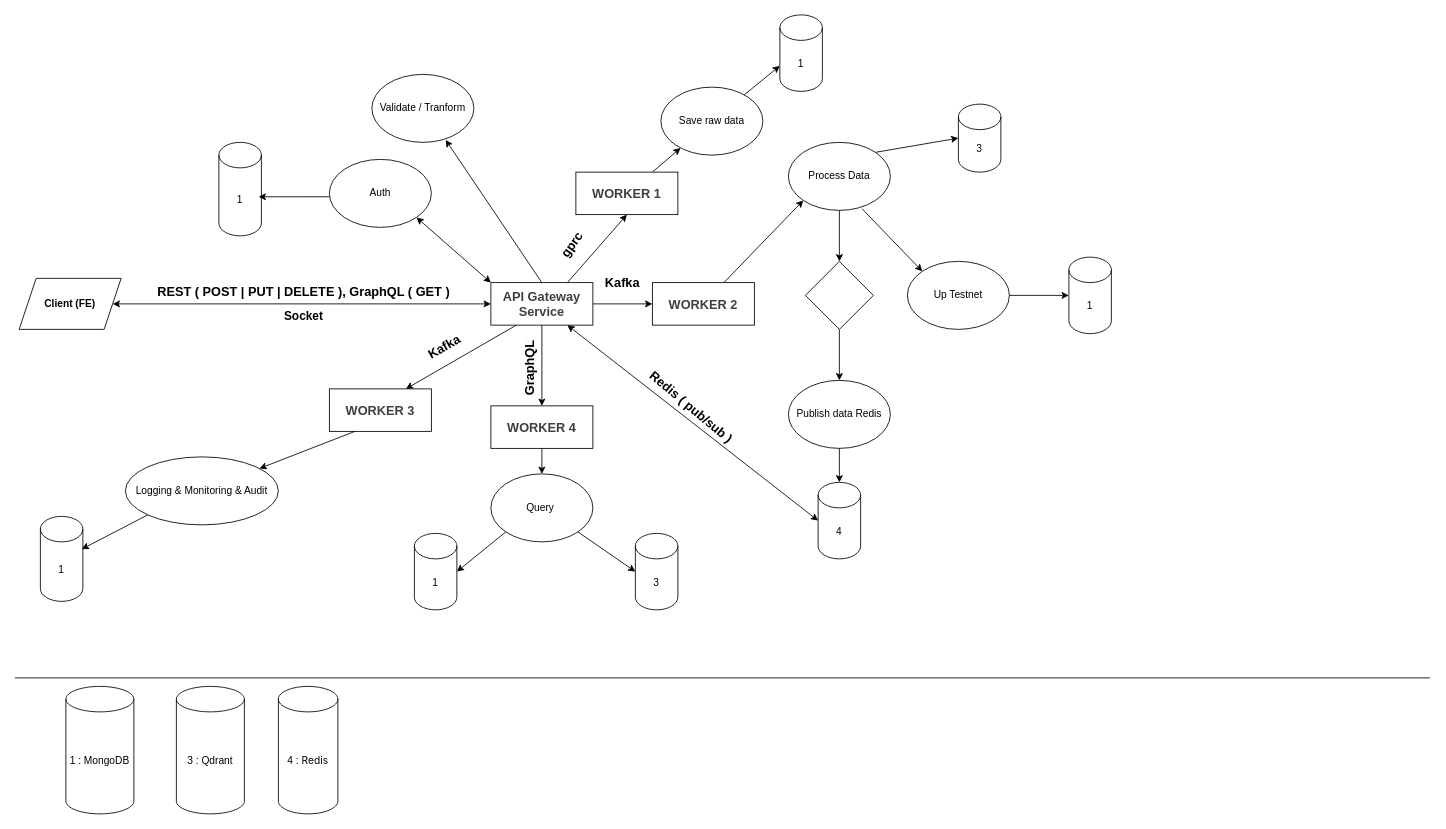
This is design.dio from GraduationProject-6251071040/design, a draw.io file, before an edit. Source tidied: cells renumbered, new cells numbered last; positions are measured from the earlier drawing's top-left corner, leaving out a move shared by most shapes. Both pictures are drawn from the tidied source at 85%, with x=0, y=0 at pixel (14, 14).
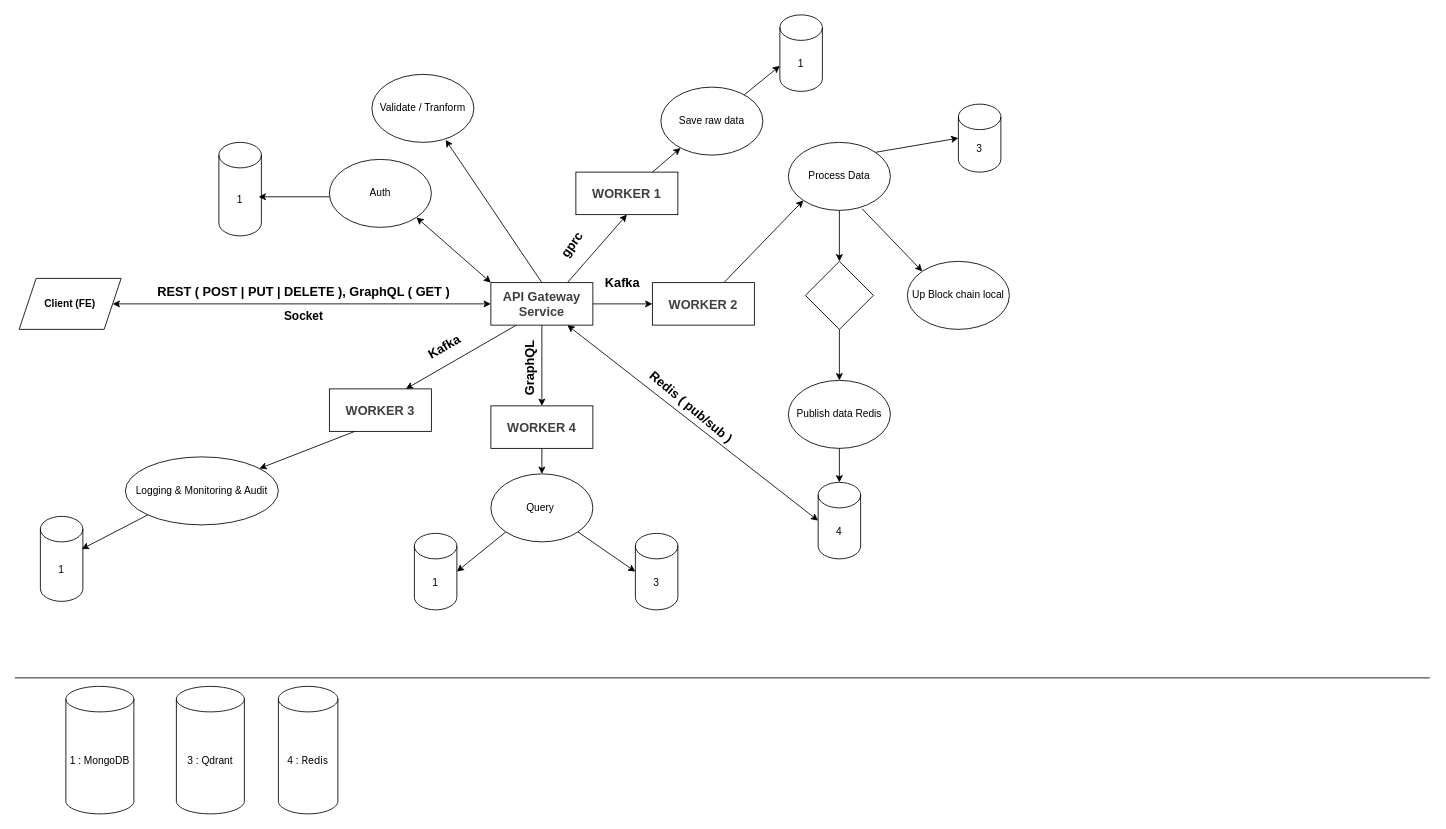
After the change.

The edit, as a diff of the source:
```diff
@@
-    <mxCell id="33" value="Up Testnet" style="ellipse;whiteSpace=wrap;html=1;" parent="1" vertex="1">
+    <mxCell id="33" value="Up Block chain local" style="ellipse;whiteSpace=wrap;html=1;" parent="1" vertex="1">
       <mxGeometry x="1050" y="290" width="120" height="80" as="geometry" />
     </mxCell>
-    <mxCell id="34" style="endArrow=classic;html=1;exitX=1;exitY=0.5;exitDx=0;exitDy=0;entryX=0;entryY=0.5;entryDx=0;entryDy=0;entryPerimeter=0;" parent="1" edge="1" source="33" target="35">
-      <mxGeometry relative="1" as="geometry" />
-    </mxCell>
-    <mxCell id="35" value="1" style="shape=cylinder3;whiteSpace=wrap;html=1;boundedLbl=1;backgroundOutline=1;size=15;" parent="1" vertex="1">
-      <mxGeometry x="1240" y="285" width="50" height="90" as="geometry" />
-    </mxCell>
```
